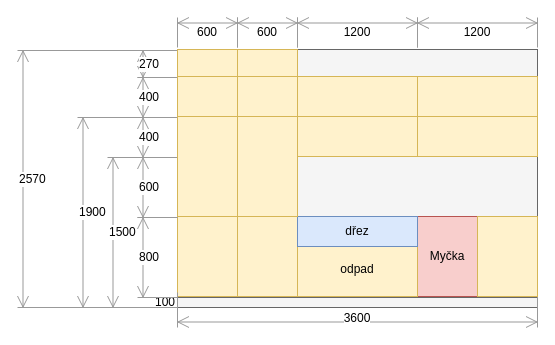
Before: docs/src/static/drawings/kitchen.wall-watter.drawio in surquest/flat-renovation, a draw.io diagram. Source tidied: cells renumbered, new cells numbered last; positions are measured from the earlier drawing's top-left corner, leaving out a move shared by most shapes. Both pictures are drawn from the tidied source at 100%, with x=0, y=0 at pixel (17, 17).
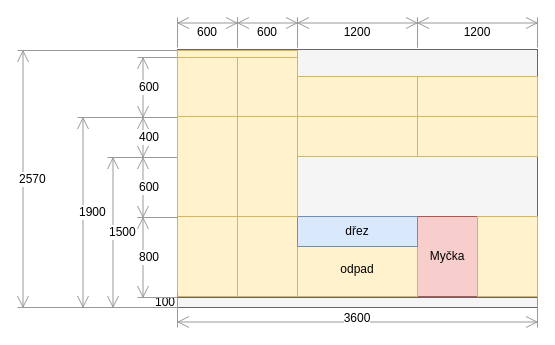
After the change.

Commit message (it also covers changes not shown here):
Update kitchen wall water diagram

What changed in the source:
```diff
@@
-    <mxCell id="19" value="270" style="shape=dimension;direction=south;whiteSpace=wrap;html=1;align=left;verticalAlign=middle;labelBackgroundColor=#ffffff;strokeColor=#999999;" parent="1" vertex="1">
-      <mxGeometry x="120" y="33" width="40" height="27" as="geometry" />
-    </mxCell>
@@
-    <mxCell id="21" value="400" style="shape=dimension;direction=south;whiteSpace=wrap;html=1;align=left;verticalAlign=middle;labelBackgroundColor=#ffffff;strokeColor=#999999;" parent="1" vertex="1">
-      <mxGeometry x="120" y="60" width="40" height="40" as="geometry" />
+    <mxCell id="21" value="600" style="shape=dimension;direction=south;whiteSpace=wrap;html=1;align=left;verticalAlign=middle;labelBackgroundColor=#ffffff;strokeColor=#999999;" parent="1" vertex="1">
+      <mxGeometry x="120" y="40" width="40" height="60" as="geometry" />
     </mxCell>
@@
-    <mxCell id="24" style="rounded=0;whiteSpace=wrap;html=1;fillColor=#fff2cc;strokeColor=#d6b656;" parent="1" vertex="1">
-      <mxGeometry x="160" y="32" width="60" height="27" as="geometry" />
-    </mxCell>
     <mxCell id="25" style="rounded=0;whiteSpace=wrap;html=1;fillColor=#fff2cc;strokeColor=#d6b656;" parent="1" vertex="1">
-      <mxGeometry x="160" y="59" width="60" height="40" as="geometry" />
+      <mxGeometry x="160" y="40" width="60" height="59" as="geometry" />
     </mxCell>
@@
     <mxCell id="27" style="rounded=0;whiteSpace=wrap;html=1;fillColor=#fff2cc;strokeColor=#d6b656;" parent="1" vertex="1">
-      <mxGeometry x="220" y="59" width="60" height="40" as="geometry" />
+      <mxGeometry x="220" y="40" width="60" height="59" as="geometry" />
     </mxCell>
@@
-    <mxCell id="34" style="rounded=0;whiteSpace=wrap;html=1;fillColor=#fff2cc;strokeColor=#d6b656;" parent="1" vertex="1">
-      <mxGeometry x="220" y="32" width="60" height="27" as="geometry" />
-    </mxCell>
+    <mxCell id="35" style="rounded=0;whiteSpace=wrap;html=1;fillColor=#fff2cc;strokeColor=#d6b656;" parent="1" vertex="1">
+      <mxGeometry x="160" y="33" width="120" height="7" as="geometry" />
+    </mxCell>
```
